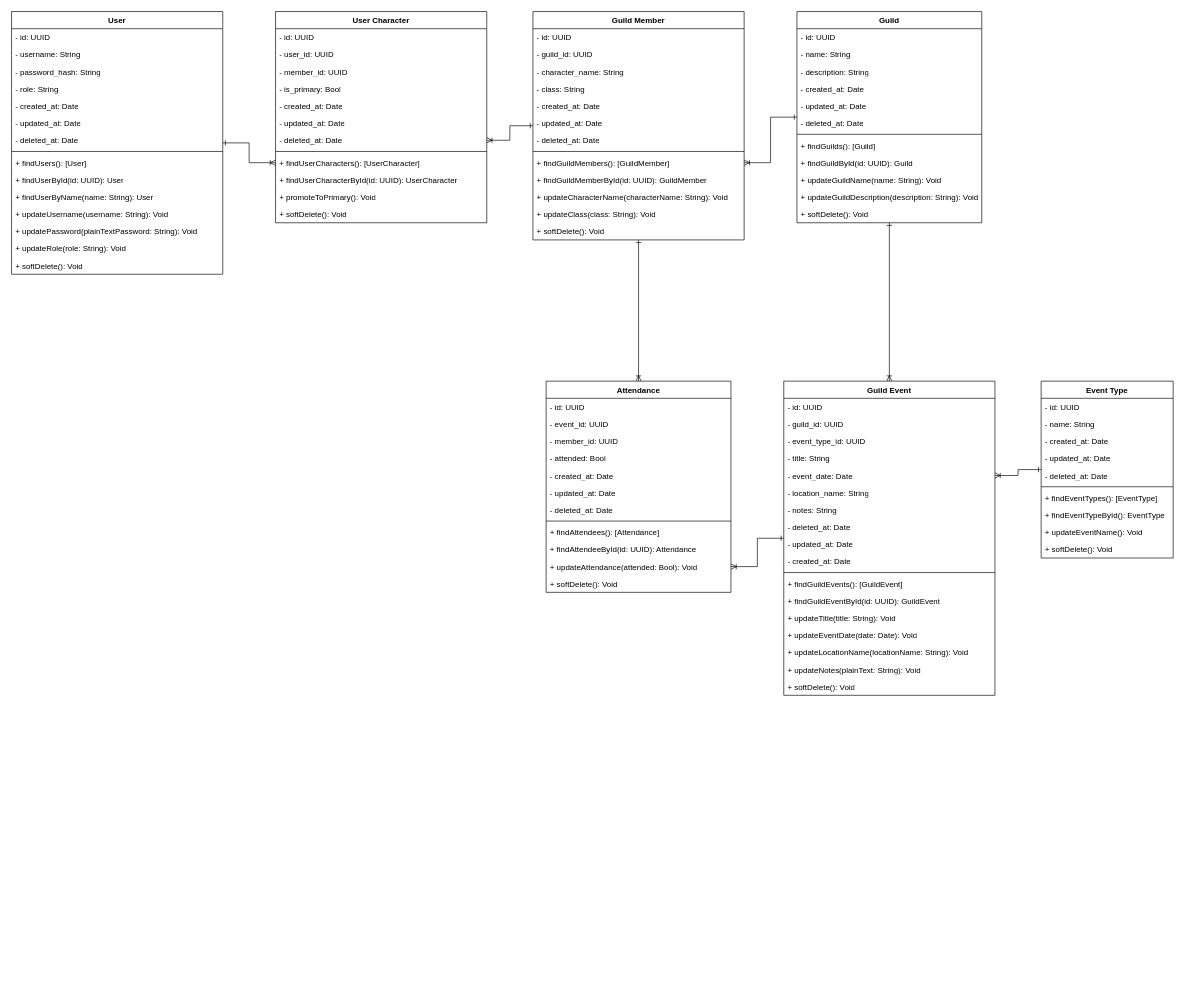
Earlier version of the draw.io diagram page "Class Diagram" (2 of 3) of Designs/System/Castellan HQ Diagrams.drawio (ariefrnr/Castellan-HQ). Source tidied: cells renumbered, new cells numbered last; positions are measured from the earlier drawing's top-left corner, leaving out a move shared by most shapes. Both pictures are drawn from the tidied source at 66%, with x=0, y=0 at pixel (11, 11).
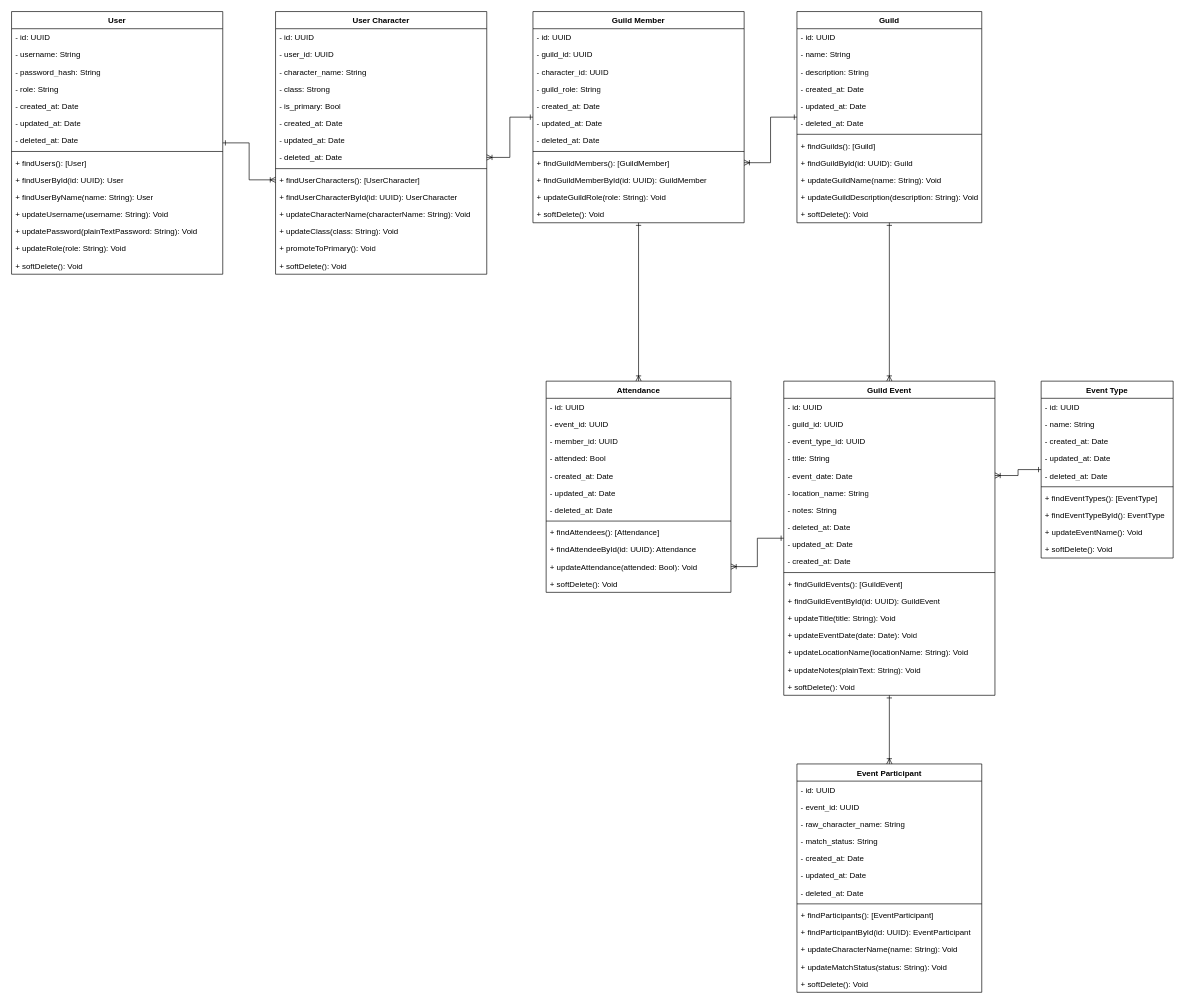
After the change.

Commit message (it also covers changes not shown here):
docs(architecture): update ERD, Class diagram, and add Use Case diagram

The change refers to these unchanged cells:
```xml
<mxCell id="77" value="Guild Event" style="swimlane;fontStyle=1;align=center;verticalAlign=top;horizontal=1;startSize=26;whiteSpace=wrap;html=1;" parent="1" vertex="1">
  <mxGeometry x="1170" y="560" width="320" height="476" as="geometry" />
</mxCell>
```

The edit, as a diff of the source:
```diff
@@
     <mxCell id="36" value="Guild Member" style="swimlane;fontStyle=1;align=center;verticalAlign=top;horizontal=1;startSize=26;whiteSpace=wrap;html=1;" parent="1" vertex="1">
-      <mxGeometry x="790" width="320" height="346" as="geometry" />
+      <mxGeometry x="790" width="320" height="320" as="geometry" />
     </mxCell>
@@
+    <mxCell id="40" value="- character_id: UUID" style="text;strokeColor=none;fillColor=none;align=left;verticalAlign=top;spacingLeft=4;spacingRight=4;overflow=hidden;whiteSpace=wrap;html=1;" parent="36" vertex="1">
+      <mxGeometry y="78" width="320" height="26" as="geometry" />
+    </mxCell>
-    <mxCell id="39" value="- character_name: String" style="text;strokeColor=none;fillColor=none;align=left;verticalAlign=top;spacingLeft=4;spacingRight=4;overflow=hidden;whiteSpace=wrap;html=1;" parent="36" vertex="1">
-      <mxGeometry y="78" width="320" height="26" as="geometry" />
+    <mxCell id="39" value="- guild_role: String" style="text;strokeColor=none;fillColor=none;align=left;verticalAlign=top;spacingLeft=4;spacingRight=4;overflow=hidden;whiteSpace=wrap;html=1;" parent="36" vertex="1">
+      <mxGeometry y="104" width="320" height="26" as="geometry" />
     </mxCell>
-    <mxCell id="40" value="- class: String" style="text;strokeColor=none;fillColor=none;align=left;verticalAlign=top;spacingLeft=4;spacingRight=4;overflow=hidden;whiteSpace=wrap;html=1;" parent="36" vertex="1">
-      <mxGeometry y="104" width="320" height="26" as="geometry" />
-    </mxCell>
@@
-    <mxCell id="47" value="+ updateCharacterName(characterName: String): Void" style="text;strokeColor=none;fillColor=none;align=left;verticalAlign=top;spacingLeft=4;spacingRight=4;overflow=hidden;whiteSpace=wrap;html=1;" parent="36" vertex="1">
+    <mxCell id="47" value="+ updateGuildRole(role: String): Void" style="text;strokeColor=none;fillColor=none;align=left;verticalAlign=top;spacingLeft=4;spacingRight=4;overflow=hidden;whiteSpace=wrap;html=1;" parent="36" vertex="1">
       <mxGeometry y="268" width="320" height="26" as="geometry" />
     </mxCell>
-    <mxCell id="48" value="+ updateClass(class: String): Void" style="text;strokeColor=none;fillColor=none;align=left;verticalAlign=top;spacingLeft=4;spacingRight=4;overflow=hidden;whiteSpace=wrap;html=1;" parent="36" vertex="1">
-      <mxGeometry y="294" width="320" height="26" as="geometry" />
-    </mxCell>
     <mxCell id="49" value="+ softDelete(): Void" style="text;strokeColor=none;fillColor=none;align=left;verticalAlign=top;spacingLeft=4;spacingRight=4;overflow=hidden;whiteSpace=wrap;html=1;" parent="36" vertex="1">
-      <mxGeometry y="320" width="320" height="26" as="geometry" />
+      <mxGeometry y="294" width="320" height="26" as="geometry" />
     </mxCell>
     <mxCell id="50" value="User Character" style="swimlane;fontStyle=1;align=center;verticalAlign=top;horizontal=1;startSize=26;whiteSpace=wrap;html=1;" parent="1" vertex="1">
-      <mxGeometry x="400" width="320" height="320" as="geometry" />
+      <mxGeometry x="400" width="320" height="398" as="geometry" />
     </mxCell>
@@
-    <mxCell id="53" value="- member_id: UUID" style="text;strokeColor=none;fillColor=none;align=left;verticalAlign=top;spacingLeft=4;spacingRight=4;overflow=hidden;whiteSpace=wrap;html=1;" parent="50" vertex="1">
+    <mxCell id="53" value="- character_name: String" style="text;strokeColor=none;fillColor=none;align=left;verticalAlign=top;spacingLeft=4;spacingRight=4;overflow=hidden;whiteSpace=wrap;html=1;" parent="50" vertex="1">
       <mxGeometry y="78" width="320" height="26" as="geometry" />
     </mxCell>
+    <mxCell id="108" value="- class: Strong" style="text;strokeColor=none;fillColor=none;align=left;verticalAlign=top;spacingLeft=4;spacingRight=4;overflow=hidden;whiteSpace=wrap;html=1;" parent="50" vertex="1">
+      <mxGeometry y="104" width="320" height="26" as="geometry" />
+    </mxCell>
     <mxCell id="54" value="- is_primary: Bool" style="text;strokeColor=none;fillColor=none;align=left;verticalAlign=top;spacingLeft=4;spacingRight=4;overflow=hidden;whiteSpace=wrap;html=1;" parent="50" vertex="1">
-      <mxGeometry y="104" width="320" height="26" as="geometry" />
+      <mxGeometry y="130" width="320" height="26" as="geometry" />
     </mxCell>
     <mxCell id="55" value="- created_at: Date" style="text;strokeColor=none;fillColor=none;align=left;verticalAlign=top;spacingLeft=4;spacingRight=4;overflow=hidden;whiteSpace=wrap;html=1;" parent="50" vertex="1">
-      <mxGeometry y="130" width="320" height="26" as="geometry" />
+      <mxGeometry y="156" width="320" height="26" as="geometry" />
     </mxCell>
     <mxCell id="56" value="- updated_at: Date" style="text;strokeColor=none;fillColor=none;align=left;verticalAlign=top;spacingLeft=4;spacingRight=4;overflow=hidden;whiteSpace=wrap;html=1;" parent="50" vertex="1">
-      <mxGeometry y="156" width="320" height="26" as="geometry" />
+      <mxGeometry y="182" width="320" height="26" as="geometry" />
     </mxCell>
     <mxCell id="57" value="- deleted_at: Date" style="text;strokeColor=none;fillColor=none;align=left;verticalAlign=top;spacingLeft=4;spacingRight=4;overflow=hidden;points=[[0,0.5],[1,0.5]];portConstraint=eastwest;whiteSpace=wrap;html=1;" parent="50" vertex="1">
-      <mxGeometry y="182" width="320" height="26" as="geometry" />
+      <mxGeometry y="208" width="320" height="26" as="geometry" />
     </mxCell>
     <mxCell id="58" style="line;strokeWidth=1;fillColor=none;align=left;verticalAlign=middle;spacingTop=-1;spacingLeft=3;spacingRight=3;labelPosition=right;strokeColor=inherit;labelPerimeter=1;" parent="50" vertex="1">
-      <mxGeometry y="208" width="320" height="8" as="geometry" />
+      <mxGeometry y="234" width="320" height="8" as="geometry" />
     </mxCell>
     <mxCell id="59" value="+ findUserCharacters(): [UserCharacter]" style="text;strokeColor=none;fillColor=none;align=left;verticalAlign=top;spacingLeft=4;spacingRight=4;overflow=hidden;points=[[0,0.5],[1,0.5]];portConstraint=eastwest;whiteSpace=wrap;html=1;" parent="50" vertex="1">
-      <mxGeometry y="216" width="320" height="26" as="geometry" />
+      <mxGeometry y="242" width="320" height="26" as="geometry" />
     </mxCell>
     <mxCell id="60" value="+ findUserCharacterById(id: UUID): UserCharacter" style="text;strokeColor=none;fillColor=none;align=left;verticalAlign=top;spacingLeft=4;spacingRight=4;overflow=hidden;whiteSpace=wrap;html=1;" parent="50" vertex="1">
-      <mxGeometry y="242" width="320" height="26" as="geometry" />
+      <mxGeometry y="268" width="320" height="26" as="geometry" />
     </mxCell>
+    <mxCell id="109" value="+ updateCharacterName(characterName: String): Void" style="text;strokeColor=none;fillColor=none;align=left;verticalAlign=top;spacingLeft=4;spacingRight=4;overflow=hidden;whiteSpace=wrap;html=1;" parent="50" vertex="1">
+      <mxGeometry y="294" width="320" height="26" as="geometry" />
+    </mxCell>
+    <mxCell id="48" value="+ updateClass(class: String): Void" style="text;strokeColor=none;fillColor=none;align=left;verticalAlign=top;spacingLeft=4;spacingRight=4;overflow=hidden;whiteSpace=wrap;html=1;" parent="50" vertex="1">
+      <mxGeometry y="320" width="320" height="26" as="geometry" />
+    </mxCell>
     <mxCell id="61" value="+ promoteToPrimary(): Void" style="text;strokeColor=none;fillColor=none;align=left;verticalAlign=top;spacingLeft=4;spacingRight=4;overflow=hidden;whiteSpace=wrap;html=1;" parent="50" vertex="1">
-      <mxGeometry y="268" width="320" height="26" as="geometry" />
+      <mxGeometry y="346" width="320" height="26" as="geometry" />
     </mxCell>
     <mxCell id="62" value="+ softDelete(): Void" style="text;strokeColor=none;fillColor=none;align=left;verticalAlign=top;spacingLeft=4;spacingRight=4;overflow=hidden;whiteSpace=wrap;html=1;" parent="50" vertex="1">
-      <mxGeometry y="294" width="320" height="26" as="geometry" />
+      <mxGeometry y="372" width="320" height="26" as="geometry" />
     </mxCell>
@@
+    <mxCell id="110" style="edgeStyle=orthogonalEdgeStyle;rounded=0;jettySize=auto;html=1;defaultLabelBackgroundColor=page;endArrow=ERoneToMany;endFill=0;startArrow=ERone;startFill=0;" parent="1" edge="1" source="77" target="111">
+      <mxGeometry relative="1" as="geometry" />
+    </mxCell>
@@
+    <mxCell id="111" value="Event Participant" style="swimlane;fontStyle=1;align=center;verticalAlign=top;horizontal=1;startSize=26;whiteSpace=wrap;html=1;" parent="1" vertex="1">
+      <mxGeometry x="1190" y="1140" width="280" height="346" as="geometry" />
+    </mxCell>
+    <mxCell id="112" value="- id: UUID" style="text;strokeColor=none;fillColor=none;align=left;verticalAlign=top;spacingLeft=4;spacingRight=4;overflow=hidden;whiteSpace=wrap;html=1;" parent="111" vertex="1">
+      <mxGeometry y="26" width="280" height="26" as="geometry" />
+    </mxCell>
+    <mxCell id="113" value="- event_id: UUID" style="text;strokeColor=none;fillColor=none;align=left;verticalAlign=top;spacingLeft=4;spacingRight=4;overflow=hidden;whiteSpace=wrap;html=1;" parent="111" vertex="1">
+      <mxGeometry y="52" width="280" height="26" as="geometry" />
+    </mxCell>
+    <mxCell id="114" value="- raw_character_name: String" style="text;strokeColor=none;fillColor=none;align=left;verticalAlign=top;spacingLeft=4;spacingRight=4;overflow=hidden;whiteSpace=wrap;html=1;" parent="111" vertex="1">
+      <mxGeometry y="78" width="280" height="26" as="geometry" />
+    </mxCell>
+    <mxCell id="115" value="- match_status: String" style="text;strokeColor=none;fillColor=none;align=left;verticalAlign=top;spacingLeft=4;spacingRight=4;overflow=hidden;whiteSpace=wrap;html=1;" parent="111" vertex="1">
+      <mxGeometry y="104" width="280" height="26" as="geometry" />
+    </mxCell>
+    <mxCell id="116" value="- created_at: Date" style="text;strokeColor=none;fillColor=none;align=left;verticalAlign=top;spacingLeft=4;spacingRight=4;overflow=hidden;whiteSpace=wrap;html=1;" parent="111" vertex="1">
+      <mxGeometry y="130" width="280" height="26" as="geometry" />
+    </mxCell>
+    <mxCell id="117" value="- updated_at: Date" style="text;strokeColor=none;fillColor=none;align=left;verticalAlign=top;spacingLeft=4;spacingRight=4;overflow=hidden;whiteSpace=wrap;html=1;" parent="111" vertex="1">
+      <mxGeometry y="156" width="280" height="26" as="geometry" />
+    </mxCell>
+    <mxCell id="118" value="- deleted_at: Date" style="text;strokeColor=none;fillColor=none;align=left;verticalAlign=top;spacingLeft=4;spacingRight=4;overflow=hidden;whiteSpace=wrap;html=1;" parent="111" vertex="1">
+      <mxGeometry y="182" width="280" height="26" as="geometry" />
+    </mxCell>
+    <mxCell id="119" style="line;strokeWidth=1;fillColor=none;align=left;verticalAlign=middle;spacingTop=-1;spacingLeft=3;spacingRight=3;labelPosition=right;strokeColor=inherit;labelPerimeter=1;" parent="111" vertex="1">
+      <mxGeometry y="208" width="280" height="8" as="geometry" />
+    </mxCell>
+    <mxCell id="120" value="+ findParticipants(): [EventParticipant]" style="text;strokeColor=none;fillColor=none;align=left;verticalAlign=top;spacingLeft=4;spacingRight=4;overflow=hidden;whiteSpace=wrap;html=1;" parent="111" vertex="1">
+      <mxGeometry y="216" width="280" height="26" as="geometry" />
+    </mxCell>
+    <mxCell id="121" value="+ findParticipantById(id: UUID): EventParticipant" style="text;strokeColor=none;fillColor=none;align=left;verticalAlign=top;spacingLeft=4;spacingRight=4;overflow=hidden;whiteSpace=wrap;html=1;" parent="111" vertex="1">
+      <mxGeometry y="242" width="280" height="26" as="geometry" />
+    </mxCell>
+    <mxCell id="122" value="+ updateCharacterName(name: String): Void" style="text;strokeColor=none;fillColor=none;align=left;verticalAlign=top;spacingLeft=4;spacingRight=4;overflow=hidden;whiteSpace=wrap;html=1;" parent="111" vertex="1">
+      <mxGeometry y="268" width="280" height="26" as="geometry" />
+    </mxCell>
+    <mxCell id="123" value="+ updateMatchStatus(status: String): Void" style="text;strokeColor=none;fillColor=none;align=left;verticalAlign=top;spacingLeft=4;spacingRight=4;overflow=hidden;whiteSpace=wrap;html=1;" parent="111" vertex="1">
+      <mxGeometry y="294" width="280" height="26" as="geometry" />
+    </mxCell>
+    <mxCell id="124" value="+ softDelete(): Void" style="text;strokeColor=none;fillColor=none;align=left;verticalAlign=top;spacingLeft=4;spacingRight=4;overflow=hidden;whiteSpace=wrap;html=1;" parent="111" vertex="1">
+      <mxGeometry y="320" width="280" height="26" as="geometry" />
+    </mxCell>
```
